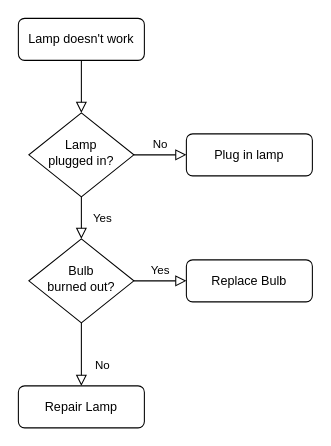
Above: Untitled Diagram.drawio in AmirYektaie/flowchart (draw.io), before the change. Source tidied: cells renumbered, new cells numbered last; positions are measured from the earlier drawing's top-left corner, leaving out a move shared by most shapes. Both pictures are drawn from the tidied source at 105%, with x=0, y=0 at pixel (18, 18).
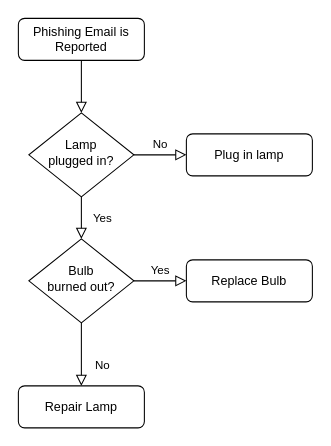
The same diagram, later.

Commit message:
phishing triage flowchar.drawio

Change to the diagram source:
```diff
@@
 <mxGraphModel>
   <root>
     <mxCell id="0" />
     <mxCell id="1" parent="0" />
     <mxCell id="2" style="rounded=0;html=1;jettySize=auto;fontSize=11;endArrow=block;endFill=0;endSize=8;strokeWidth=1;shadow=0;labelBackgroundColor=none;edgeStyle=orthogonalEdgeStyle;" parent="1" edge="1" source="3" target="6">
       <mxGeometry relative="1" as="geometry" />
     </mxCell>
-    <mxCell id="3" value="Lamp doesn't work" style="rounded=1;whiteSpace=wrap;html=1;fontSize=12;glass=0;strokeWidth=1;shadow=0;" parent="1" vertex="1">
+    <mxCell id="3" value="Phishing Email is Reported" style="rounded=1;whiteSpace=wrap;html=1;fontSize=12;glass=0;strokeWidth=1;shadow=0;" parent="1" vertex="1">
       <mxGeometry width="120" height="40" as="geometry" />
     </mxCell>
     <mxCell id="4" value="Yes" style="rounded=0;html=1;jettySize=auto;fontSize=11;endArrow=block;endFill=0;endSize=8;strokeWidth=1;shadow=0;labelBackgroundColor=none;edgeStyle=orthogonalEdgeStyle;" parent="1" edge="1" source="6" target="10">
       <mxGeometry y="20" relative="1" as="geometry" />
     </mxCell>
     <mxCell id="5" value="No" style="edgeStyle=orthogonalEdgeStyle;rounded=0;html=1;jettySize=auto;fontSize=11;endArrow=block;endFill=0;endSize=8;strokeWidth=1;shadow=0;labelBackgroundColor=none;" parent="1" edge="1" source="6" target="7">
       <mxGeometry y="10" relative="1" as="geometry" />
     </mxCell>
     <mxCell id="6" value="Lamp&lt;br&gt;plugged in?" style="rhombus;whiteSpace=wrap;html=1;shadow=0;fontFamily=Helvetica;fontSize=12;align=center;strokeWidth=1;spacing=6;spacingTop=-4;" parent="1" vertex="1">
       <mxGeometry x="10" y="90" width="100" height="80" as="geometry" />
     </mxCell>
     <mxCell id="7" value="Plug in lamp" style="rounded=1;whiteSpace=wrap;html=1;fontSize=12;glass=0;strokeWidth=1;shadow=0;" parent="1" vertex="1">
       <mxGeometry x="160" y="110" width="120" height="40" as="geometry" />
     </mxCell>
     <mxCell id="8" value="No" style="rounded=0;html=1;jettySize=auto;fontSize=11;endArrow=block;endFill=0;endSize=8;strokeWidth=1;shadow=0;labelBackgroundColor=none;edgeStyle=orthogonalEdgeStyle;" parent="1" edge="1" source="10" target="11">
       <mxGeometry x="0.33" y="20" relative="1" as="geometry" />
     </mxCell>
     <mxCell id="9" value="Yes" style="edgeStyle=orthogonalEdgeStyle;rounded=0;html=1;jettySize=auto;fontSize=11;endArrow=block;endFill=0;endSize=8;strokeWidth=1;shadow=0;labelBackgroundColor=none;" parent="1" edge="1" source="10" target="12">
       <mxGeometry y="10" relative="1" as="geometry" />
     </mxCell>
     <mxCell id="10" value="Bulb&lt;br&gt;burned out?" style="rhombus;whiteSpace=wrap;html=1;shadow=0;fontFamily=Helvetica;fontSize=12;align=center;strokeWidth=1;spacing=6;spacingTop=-4;" parent="1" vertex="1">
       <mxGeometry x="10" y="210" width="100" height="80" as="geometry" />
     </mxCell>
     <mxCell id="11" value="Repair Lamp" style="rounded=1;whiteSpace=wrap;html=1;fontSize=12;glass=0;strokeWidth=1;shadow=0;" parent="1" vertex="1">
       <mxGeometry y="350" width="120" height="40" as="geometry" />
     </mxCell>
     <mxCell id="12" value="Replace Bulb" style="rounded=1;whiteSpace=wrap;html=1;fontSize=12;glass=0;strokeWidth=1;shadow=0;" parent="1" vertex="1">
       <mxGeometry x="160" y="230" width="120" height="40" as="geometry" />
     </mxCell>
   </root>
 </mxGraphModel>
```
